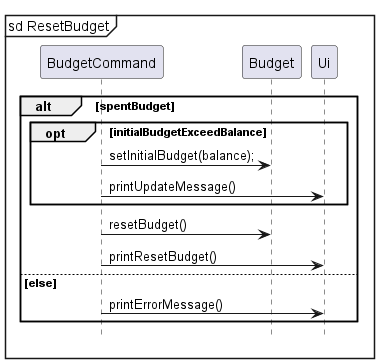
Earlier version of the PlantUML export docs/images/resetBudget.png (nus-cs2113-AY2324S1/tp).
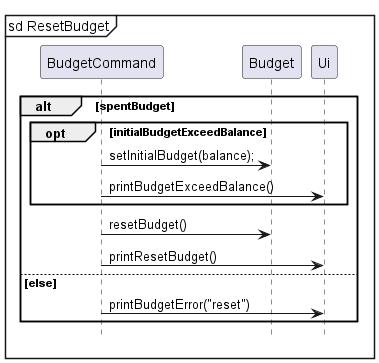
After the change.

Commit message:
Extract method in budget command and update DG

The edit, as a diff of the source:
```diff
@@ -8,12 +8,12 @@
 alt spentBudget
     opt initialBudgetExceedBalance
         BudgetCommand -> Budget: setInitialBudget(balance);
-        BudgetCommand -> Ui: printUpdateMessage()
+        BudgetCommand -> Ui: printBudgetExceedBalance()
     end
     BudgetCommand -> Budget: resetBudget()
     BudgetCommand -> Ui: printResetBudget()
 else else
-    BudgetCommand -> Ui: printErrorMessage()
+    BudgetCommand -> Ui: printBudgetError("reset")
 end
 
 hide footbox
```
